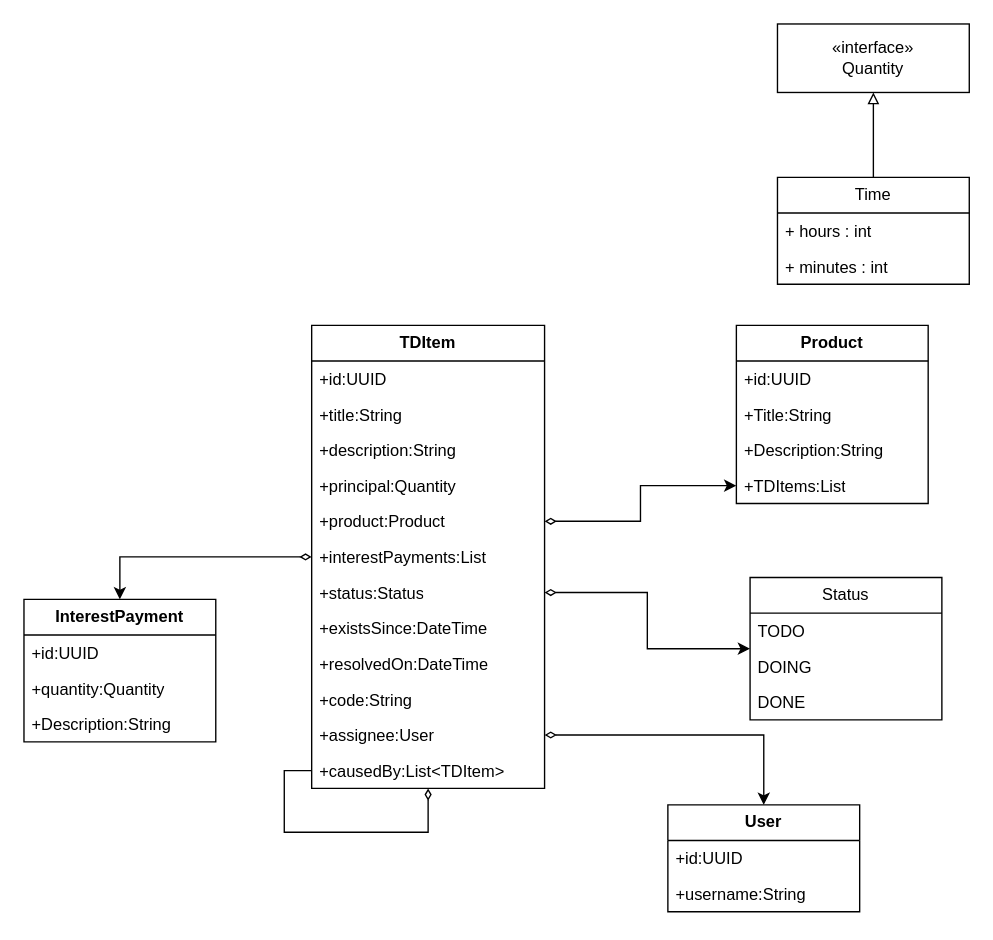
Above: docs/DomainModel.drawio in RubenScheedler/td-manager (draw.io), before the change. Source tidied: cells renumbered, new cells numbered last; positions are measured from the earlier drawing's top-left corner, leaving out a move shared by most shapes. Both pictures are drawn from the tidied source at 137%, with x=0, y=0 at pixel (23, 23).
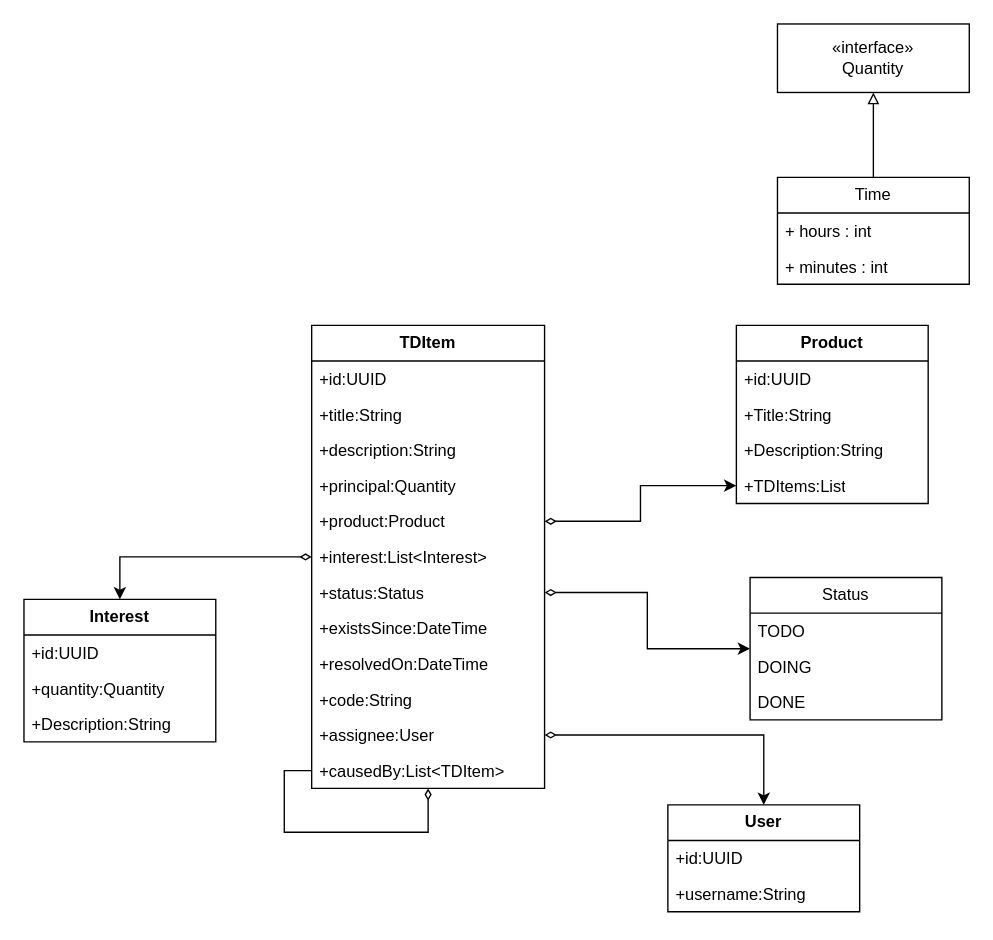
Above is the later version.

Commit message (it also covers changes not shown here):
Add first draft of domain model

Unchanged cells that the change refers to:
```xml
<mxCell id="2" value="TDItem" style="swimlane;fontStyle=1;horizontal=1;startSize=26;fillColor=none;whiteSpace=wrap;html=1;" parent="1" vertex="1">
  <mxGeometry x="210" y="220" width="170" height="338" as="geometry" />
</mxCell>
```

Change to the diagram source:
```diff
@@
-    <mxCell id="8" value="+interestPayments:List" style="text;strokeColor=none;fillColor=none;align=left;verticalAlign=top;spacingLeft=4;spacingRight=4;overflow=hidden;points=[[0,0.5],[1,0.5]];portConstraint=eastwest;whiteSpace=wrap;html=1;" parent="2" vertex="1">
+    <mxCell id="8" value="+interest:List&amp;lt;Interest&amp;gt;" style="text;strokeColor=none;fillColor=none;align=left;verticalAlign=top;spacingLeft=4;spacingRight=4;overflow=hidden;points=[[0,0.5],[1,0.5]];portConstraint=eastwest;whiteSpace=wrap;html=1;" parent="2" vertex="1">
       <mxGeometry y="156" width="170" height="26" as="geometry" />
     </mxCell>
@@
-    <mxCell id="27" value="InterestPayment" style="swimlane;fontStyle=1;horizontal=1;startSize=26;fillColor=none;whiteSpace=wrap;html=1;" parent="1" vertex="1">
+    <mxCell id="27" value="Interest" style="swimlane;fontStyle=1;horizontal=1;startSize=26;fillColor=none;whiteSpace=wrap;html=1;" parent="1" vertex="1">
       <mxGeometry y="420" width="140" height="104" as="geometry" />
     </mxCell>
```
